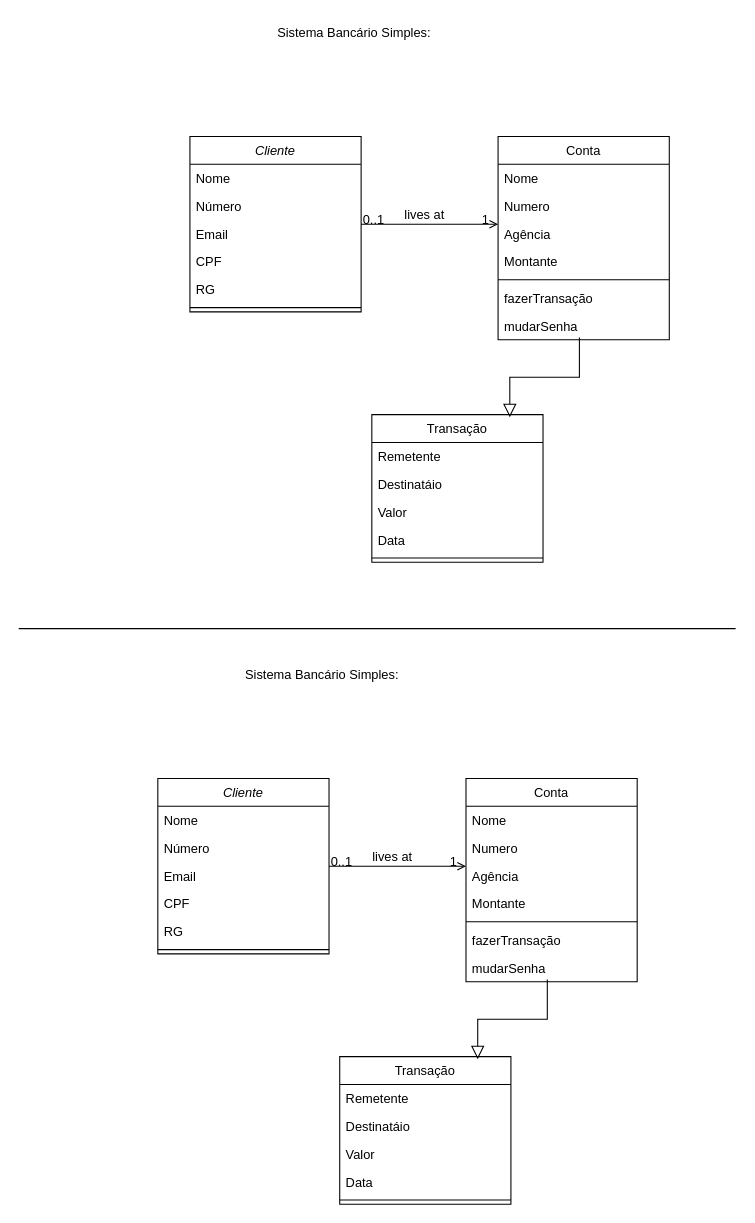
The draw.io diagram page "Page-1" (1 of 2) of trabalho eng.drawio in zanellaz/javascripto, before the edit. Source tidied: cells renumbered, new cells numbered last; positions are measured from the earlier drawing's top-left corner, leaving out a move shared by most shapes. Both pictures are drawn from the tidied source at 107%, with x=0, y=0 at pixel (18, 18).
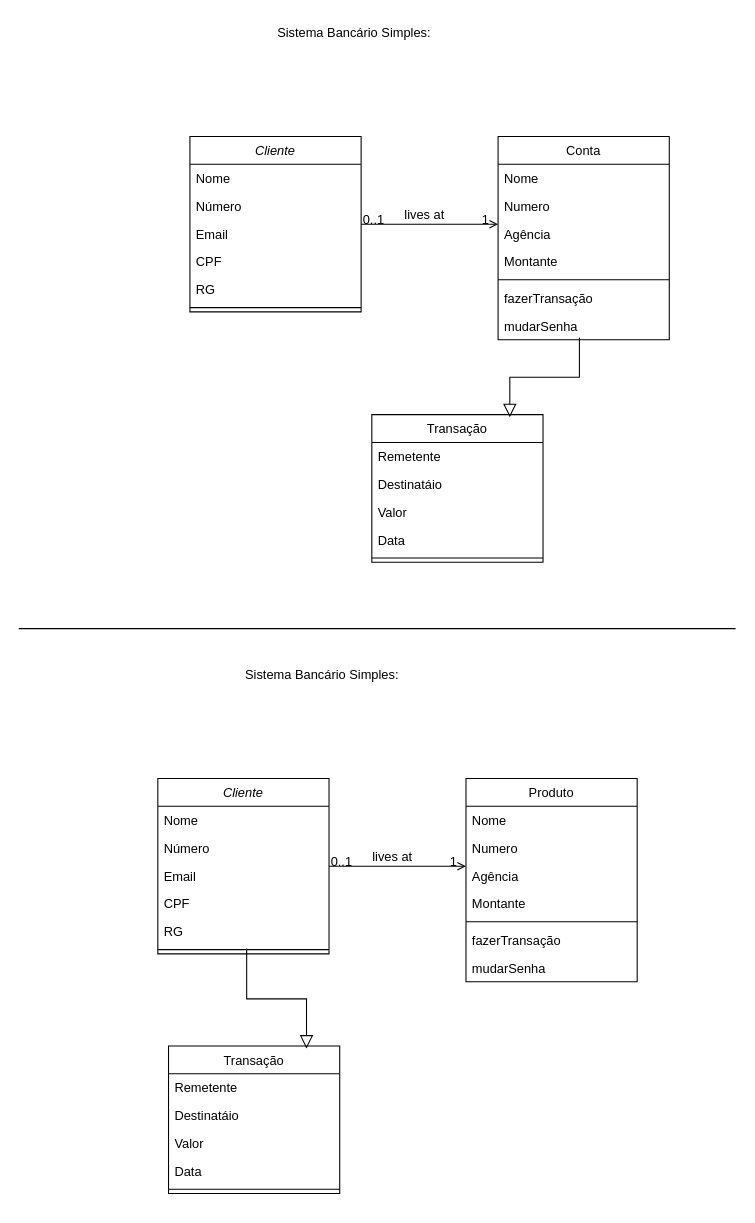
Above is the later version.

Unchanged cells that the change refers to:
```xml
<mxCell id="36" style="line;html=1;strokeWidth=1;align=left;verticalAlign=middle;spacingTop=-1;spacingLeft=3;spacingRight=3;labelPosition=right;points=[];portConstraint=eastwest;" parent="30" vertex="1">
  <mxGeometry y="156" width="160" height="8" as="geometry" />
</mxCell>
<mxCell id="51" value="mudarSenha" style="text;align=left;verticalAlign=top;spacingLeft=4;spacingRight=4;overflow=hidden;points=[[0,0.5],[1,0.5]];portConstraint=eastwest;" parent="44" vertex="1">
  <mxGeometry y="164" width="160" height="26" as="geometry" />
</mxCell>
```

The edit, as a diff of the source:
```diff
@@
     <mxCell id="37" value="Transação" style="swimlane;fontStyle=0;align=center;verticalAlign=top;horizontal=1;startSize=26;rounded=0;shadow=0;strokeWidth=1;" parent="1" vertex="1">
-      <mxGeometry x="300" y="970" width="160" height="138" as="geometry" />
+      <mxGeometry x="140" y="960" width="160" height="138" as="geometry" />
     </mxCell>
@@
-    <mxCell id="43" style="endArrow=block;endSize=10;endFill=0;shadow=0;strokeWidth=1;rounded=0;edgeStyle=elbowEdgeStyle;elbow=vertical;entryX=0.806;entryY=0.018;entryDx=0;entryDy=0;entryPerimeter=0;exitX=0.475;exitY=0.923;exitDx=0;exitDy=0;exitPerimeter=0;" parent="1" edge="1" source="51" target="37">
+    <mxCell id="43" style="endArrow=block;endSize=10;endFill=0;shadow=0;strokeWidth=1;rounded=0;edgeStyle=elbowEdgeStyle;elbow=vertical;entryX=0.806;entryY=0.018;entryDx=0;entryDy=0;entryPerimeter=0;exitX=0.519;exitY=0.375;exitDx=0;exitDy=0;exitPerimeter=0;" parent="1" edge="1" source="36" target="37">
       <mxGeometry relative="1" as="geometry" />
     </mxCell>
-    <mxCell id="44" value="Conta" style="swimlane;fontStyle=0;align=center;verticalAlign=top;horizontal=1;startSize=26;rounded=0;shadow=0;strokeWidth=1;" parent="1" vertex="1">
+    <mxCell id="44" value="Produto" style="swimlane;fontStyle=0;align=center;verticalAlign=top;horizontal=1;startSize=26;rounded=0;shadow=0;strokeWidth=1;" parent="1" vertex="1">
       <mxGeometry x="418" y="710" width="160" height="190" as="geometry" />
     </mxCell>
```
